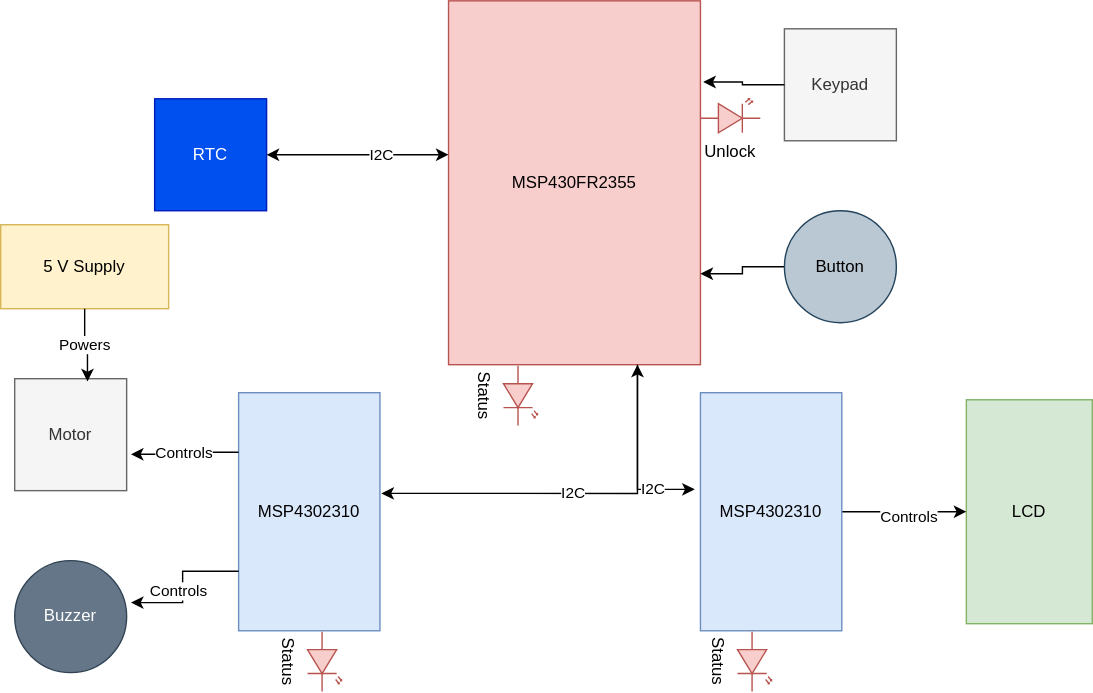
Before: docs/assets/FinalProjectCharts-ConceptualDiagram.svg, a diagram exported from draw.io (msu-eele-465/final-project-ecallery888). Source tidied: cells renumbered, new cells last; positions are measured from the earlier drawing's top-left corner, leaving out a move shared by most shapes.
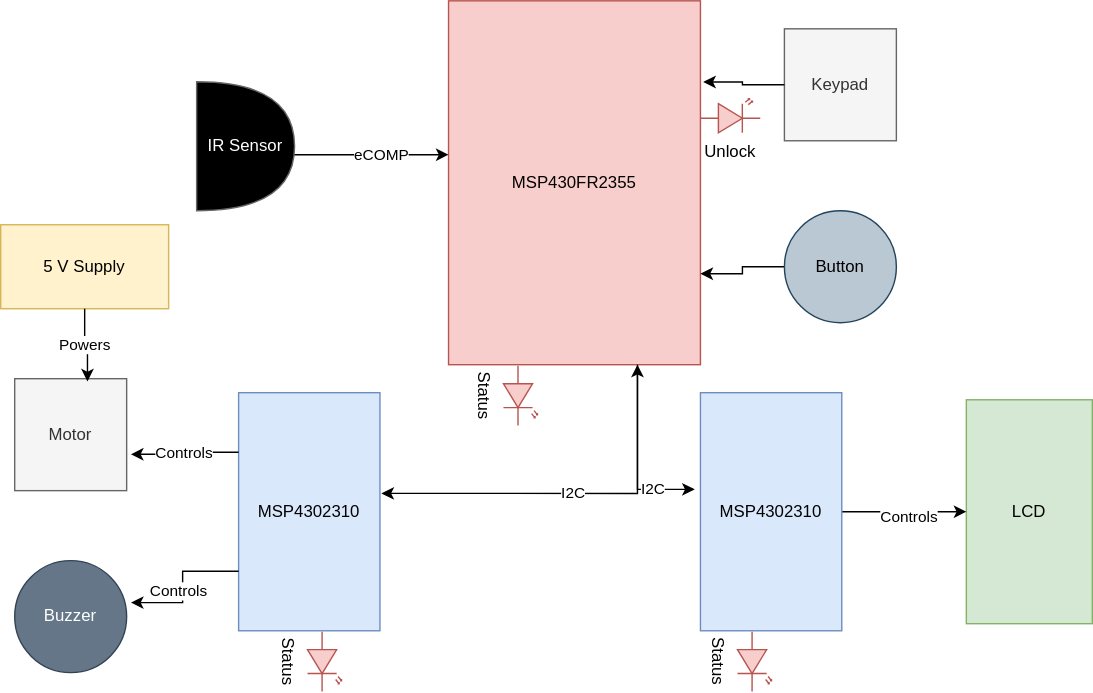
The same diagram one commit later.

Commit message:
Updated circuit diagram

Diff of the diagram source:
```diff
@@ -5,9 +5,6 @@
     <mxCell id="2" value="MSP430FR2355" style="rounded=0;whiteSpace=wrap;html=1;fillColor=#f8cecc;strokeColor=#b85450;" parent="1" vertex="1">
       <mxGeometry x="320" width="180" height="260" as="geometry" />
     </mxCell>
-    <mxCell id="3" value="RTC" style="whiteSpace=wrap;html=1;fillColor=#0050ef;strokeColor=#001DBC;fontColor=#ffffff;" parent="1" vertex="1">
-      <mxGeometry x="110" y="70" width="80" height="80" as="geometry" />
-    </mxCell>
     <mxCell id="4" value="Motor" style="whiteSpace=wrap;html=1;fillColor=#f5f5f5;fontColor=#333333;strokeColor=#666666;" parent="1" vertex="1">
       <mxGeometry x="10" y="270" width="80" height="80" as="geometry" />
     </mxCell>
@@ -39,10 +36,12 @@
     <mxCell id="12" value="I2C" style="edgeStyle=orthogonalEdgeStyle;rounded=0;jettySize=auto;html=1;exitX=0.75;exitY=1;exitDx=0;exitDy=0;entryX=1.01;entryY=0.423;entryDx=0;entryDy=0;entryPerimeter=0;startArrow=classic;startFill=1;" parent="1" edge="1" source="2" target="6">
       <mxGeometry relative="1" as="geometry" />
     </mxCell>
-    <mxCell id="13" style="rounded=0;jettySize=auto;html=1;exitX=1;exitY=0.5;exitDx=0;exitDy=0;entryX=0;entryY=0.423;entryDx=0;entryDy=0;entryPerimeter=0;startArrow=classic;startFill=1;" parent="1" edge="1" source="3" target="2">
-      <mxGeometry relative="1" as="geometry" />
+    <mxCell id="13" style="rounded=0;jettySize=auto;html=1;exitX=1;exitY=0.5;exitDx=0;exitDy=0;entryX=0;entryY=0.423;entryDx=0;entryDy=0;entryPerimeter=0;startArrow=none;startFill=0;" parent="1" edge="1" target="2">
+      <mxGeometry relative="1" as="geometry">
+        <mxPoint x="190" y="110" as="sourcePoint" />
+      </mxGeometry>
     </mxCell>
-    <mxCell id="14" value="I2C" style="edgeLabel;html=1;align=center;verticalAlign=middle;" parent="13" vertex="1">
+    <mxCell id="14" value="eCOMP" style="edgeLabel;html=1;align=center;verticalAlign=middle;" parent="13" vertex="1">
       <mxGeometry x="0.26" relative="1" as="geometry" />
     </mxCell>
     <mxCell id="15" value="Controls" style="edgeStyle=orthogonalEdgeStyle;rounded=0;jettySize=auto;html=1;exitX=0;exitY=0.25;exitDx=0;exitDy=0;entryX=1.038;entryY=0.675;entryDx=0;entryDy=0;entryPerimeter=0;" parent="1" edge="1" source="6" target="4">
@@ -92,5 +91,8 @@
     <mxCell id="29" value="Status" style="verticalLabelPosition=bottom;shadow=0;dashed=0;align=center;html=1;verticalAlign=top;shape=mxgraph.electrical.opto_electronics.led_2;rotation=90;fillColor=#f8cecc;strokeColor=#b85450;" parent="1" vertex="1">
       <mxGeometry x="517.3" y="460" width="42.7" height="24.3" as="geometry" />
     </mxCell>
+    <mxCell id="30" value="IR Sensor" style="shape=or;whiteSpace=wrap;html=1;rotation=0;fillColor=#000000;strokeColor=#666666;fontColor=#FFFFFF;" parent="1" vertex="1">
+      <mxGeometry x="140" y="57.8" width="70" height="92.2" as="geometry" />
+    </mxCell>
   </root>
 </mxGraphModel>
```
